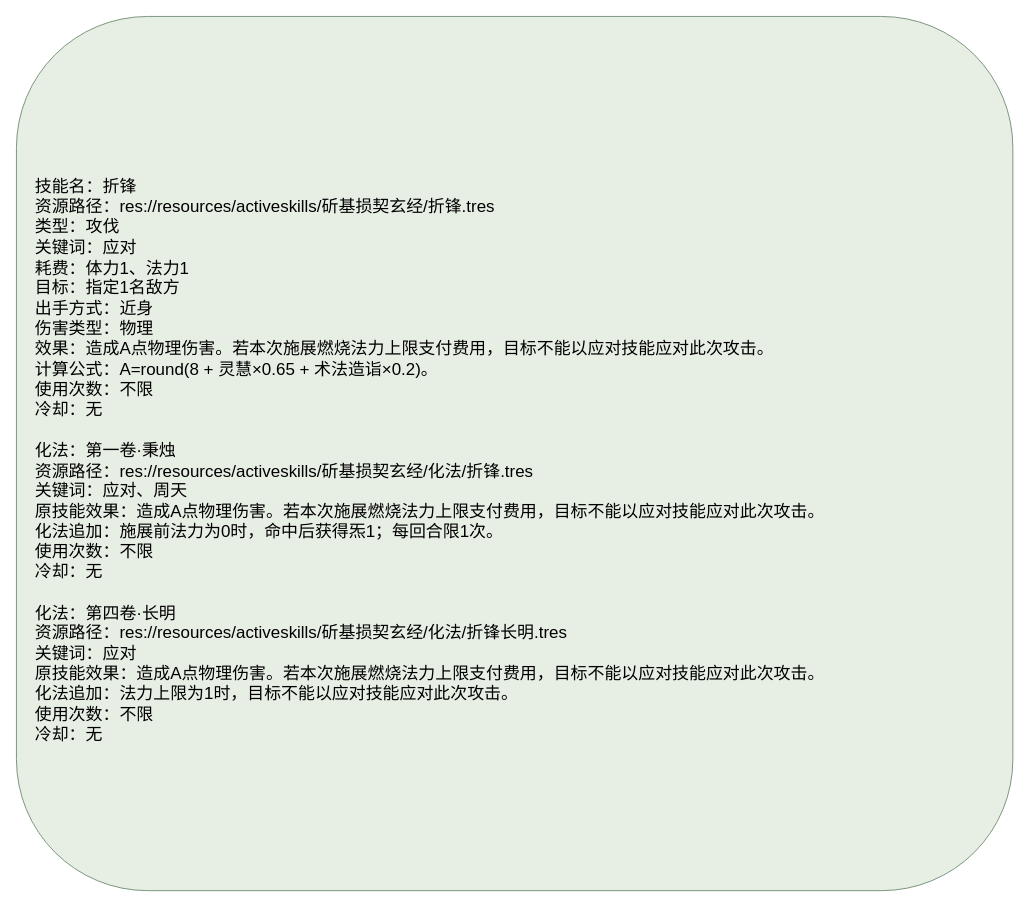
Before: docs/卡牌词典/秘籍技能/斫基损契玄经/折锋.drawio in ankundanetracyc-spec/tian-guan-you-du, a draw.io diagram. Source tidied: cells renumbered, new cells numbered last; positions are measured from the earlier drawing's top-left corner, leaving out a move shared by most shapes. Both pictures are drawn from the tidied source at 94%, with x=0, y=0 at pixel (16, 16).
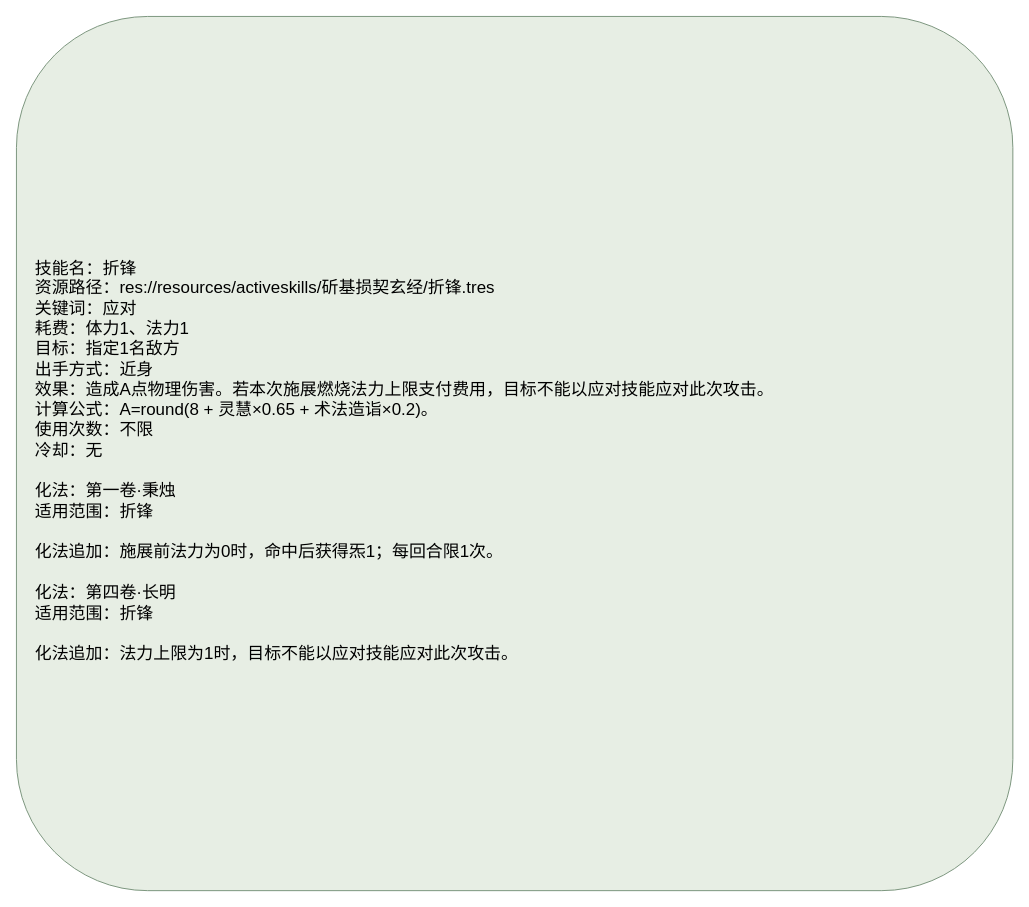
Above is the later version.

Diff of the diagram source:
```diff
@@
 <mxGraphModel>
   <root>
     <mxCell id="0" />
     <mxCell id="1" parent="0" />
-    <mxCell id="2" value="&lt;div style=&quot;text-align:left;&quot;&gt;技能名：折锋&lt;br&gt;资源路径：res://resources/activeskills/斫基损契玄经/折锋.tres&lt;br&gt;类型：攻伐&lt;br&gt;关键词：应对&lt;br&gt;耗费：体力1、法力1&lt;br&gt;目标：指定1名敌方&lt;br&gt;出手方式：近身&lt;br&gt;伤害类型：物理&lt;br&gt;效果：造成A点物理伤害。若本次施展燃烧法力上限支付费用，目标不能以应对技能应对此次攻击。&lt;br&gt;计算公式：A=round(8 + 灵慧×0.65 + 术法造诣×0.2)。&lt;br&gt;使用次数：不限&lt;br&gt;冷却：无&lt;br&gt;&lt;br&gt;化法：第一卷·秉烛&lt;br&gt;资源路径：res://resources/activeskills/斫基损契玄经/化法/折锋.tres&lt;br&gt;关键词：应对、周天&lt;br&gt;原技能效果：造成A点物理伤害。若本次施展燃烧法力上限支付费用，目标不能以应对技能应对此次攻击。&lt;br&gt;化法追加：施展前法力为0时，命中后获得炁1；每回合限1次。&lt;br&gt;使用次数：不限&lt;br&gt;冷却：无&lt;br&gt;&lt;br&gt;化法：第四卷·长明&lt;br&gt;资源路径：res://resources/activeskills/斫基损契玄经/化法/折锋长明.tres&lt;br&gt;关键词：应对&lt;br&gt;原技能效果：造成A点物理伤害。若本次施展燃烧法力上限支付费用，目标不能以应对技能应对此次攻击。&lt;br&gt;化法追加：法力上限为1时，目标不能以应对技能应对此次攻击。&lt;br&gt;使用次数：不限&lt;br&gt;冷却：无&lt;/div&gt;" style="rounded=1;whiteSpace=wrap;html=1;fillColor=#e7eee4;strokeColor=#769078;fontSize=18;align=left;spacingLeft=18;spacingTop=16;" parent="1" vertex="1">
+    <mxCell id="2" value="&lt;div style=&quot;text-align:left;&quot;&gt;技能名：折锋&lt;br&gt;资源路径：res://resources/activeskills/斫基损契玄经/折锋.tres&lt;br&gt;关键词：应对&lt;br&gt;耗费：体力1、法力1&lt;br&gt;目标：指定1名敌方&lt;br&gt;出手方式：近身&lt;br&gt;效果：造成A点物理伤害。若本次施展燃烧法力上限支付费用，目标不能以应对技能应对此次攻击。&lt;br&gt;计算公式：A=round(8 + 灵慧×0.65 + 术法造诣×0.2)。&lt;br&gt;使用次数：不限&lt;br&gt;冷却：无&lt;br&gt;&lt;br&gt;化法：第一卷·秉烛&lt;br&gt;适用范围：折锋&lt;br&gt;&lt;br&gt;化法追加：施展前法力为0时，命中后获得炁1；每回合限1次。&lt;br&gt;&lt;br&gt;化法：第四卷·长明&lt;br&gt;适用范围：折锋&lt;br&gt;&lt;br&gt;化法追加：法力上限为1时，目标不能以应对技能应对此次攻击。&lt;/div&gt;" style="rounded=1;whiteSpace=wrap;html=1;fillColor=#e7eee4;strokeColor=#769078;fontSize=18;align=left;spacingLeft=18;spacingTop=16;" parent="1" vertex="1">
       <mxGeometry width="1060" height="930" as="geometry" />
     </mxCell>
   </root>
 </mxGraphModel>
```
